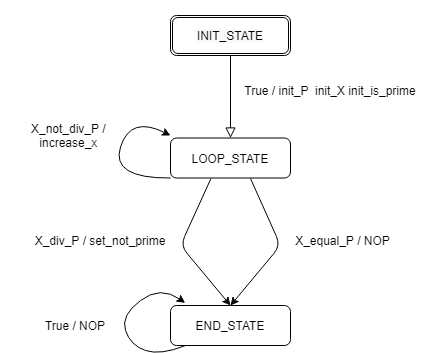
Before: test3_dia.png, a diagram exported from draw.io (emmachirlomez/FsmdSim). Source tidied: cells renumbered, new cells last; positions are measured from the earlier drawing's top-left corner, leaving out a move shared by most shapes.
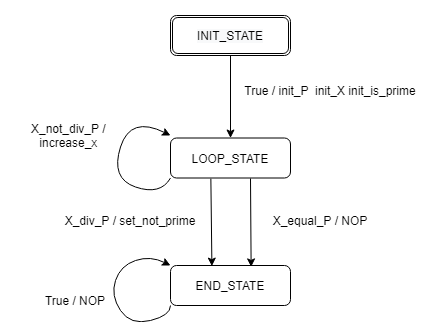
The same file after the commit.

What changed in the source:
```diff
@@ -2,52 +2,32 @@
   <root>
     <mxCell id="0" />
     <mxCell id="1" parent="0" />
-    <mxCell id="2" style="rounded=0;html=1;jettySize=auto;fontSize=11;endArrow=block;endFill=0;endSize=8;strokeWidth=1;shadow=0;labelBackgroundColor=none;edgeStyle=orthogonalEdgeStyle;" parent="1" edge="1" source="13" target="12">
-      <mxGeometry relative="1" as="geometry" />
-    </mxCell>
     <mxCell id="3" value="END_STATE" style="rounded=1;whiteSpace=wrap;html=1;fontSize=12;glass=0;strokeWidth=1;shadow=0;" parent="1" vertex="1">
-      <mxGeometry x="170" y="290" width="120" height="40" as="geometry" />
+      <mxGeometry x="170" y="250" width="120" height="40" as="geometry" />
     </mxCell>
     <mxCell id="4" value="True / init_P&amp;nbsp; init_X init_is_prime" style="text;html=1;strokeColor=none;fillColor=none;align=center;verticalAlign=middle;whiteSpace=wrap;rounded=0;" parent="1" vertex="1">
       <mxGeometry x="240" y="50" width="180" height="50" as="geometry" />
     </mxCell>
     <mxCell id="5" value="X_equal_P / NOP" style="text;html=1;strokeColor=none;fillColor=none;align=center;verticalAlign=middle;whiteSpace=wrap;rounded=0;" parent="1" vertex="1">
-      <mxGeometry x="280" y="215" width="125" height="20" as="geometry" />
+      <mxGeometry x="260" y="195" width="120" height="20" as="geometry" />
     </mxCell>
-    <mxCell id="6" style="endArrow=classic;html=1;entryX=0.5;entryY=0;entryDx=0;entryDy=0;" parent="1" edge="1" target="3">
+    <mxCell id="6" style="endArrow=classic;html=1;entryX=0.345;entryY=0.015;entryDx=0;entryDy=0;entryPerimeter=0;" parent="1" edge="1" target="3">
       <mxGeometry relative="1" as="geometry">
         <mxPoint x="210.4" y="163.2" as="sourcePoint" />
-        <Array as="points">
-          <mxPoint x="180" y="230" />
-        </Array>
       </mxGeometry>
     </mxCell>
     <mxCell id="7" value="X_div_P / set_not_prime" style="text;html=1;strokeColor=none;fillColor=none;align=center;verticalAlign=middle;whiteSpace=wrap;rounded=0;" parent="1" vertex="1">
-      <mxGeometry x="30" y="210" width="140" height="30" as="geometry" />
+      <mxGeometry x="60" y="190" width="140" height="30" as="geometry" />
     </mxCell>
     <mxCell id="8" value="X_not_div_P /&amp;nbsp;&lt;br&gt;increase_x&amp;nbsp;" style="text;html=1;strokeColor=none;fillColor=none;align=center;verticalAlign=middle;whiteSpace=wrap;rounded=0;" parent="1" vertex="1">
       <mxGeometry y="77.5" width="140" height="85" as="geometry" />
     </mxCell>
-    <mxCell id="9" style="curved=1;endArrow=classic;html=1;entryX=0.122;entryY=-0.065;entryDx=0;entryDy=0;entryPerimeter=0;" parent="1" edge="1" target="3">
-      <mxGeometry relative="1" as="geometry">
-        <mxPoint x="185" y="330" as="sourcePoint" />
-        <Array as="points">
-          <mxPoint x="160" y="340" />
-          <mxPoint x="130" y="330" />
-          <mxPoint x="120" y="300" />
-          <mxPoint x="160" y="270" />
-        </Array>
-      </mxGeometry>
-    </mxCell>
     <mxCell id="10" value="True / NOP" style="text;html=1;strokeColor=none;fillColor=none;align=center;verticalAlign=middle;whiteSpace=wrap;rounded=0;" parent="1" vertex="1">
-      <mxGeometry x="30" y="295" width="90" height="30" as="geometry" />
+      <mxGeometry x="30" y="270" width="90" height="30" as="geometry" />
     </mxCell>
-    <mxCell id="11" style="endArrow=classic;html=1;entryX=0.5;entryY=0;entryDx=0;entryDy=0;" parent="1" edge="1" target="3">
+    <mxCell id="11" style="endArrow=classic;html=1;entryX=0.672;entryY=0.035;entryDx=0;entryDy=0;entryPerimeter=0;" parent="1" edge="1" target="3">
       <mxGeometry relative="1" as="geometry">
         <mxPoint x="250" y="163" as="sourcePoint" />
-        <Array as="points">
-          <mxPoint x="280" y="230" />
-        </Array>
       </mxGeometry>
     </mxCell>
     <mxCell id="12" value="LOOP_STATE" style="rounded=1;whiteSpace=wrap;html=1;" parent="1" vertex="1">
@@ -60,10 +40,25 @@
       <mxGeometry relative="1" as="geometry">
         <mxPoint x="170" y="120" as="targetPoint" />
         <Array as="points">
+          <mxPoint x="160" y="180" />
           <mxPoint x="110" y="163" />
           <mxPoint x="130" y="100" />
         </Array>
       </mxGeometry>
     </mxCell>
+    <mxCell id="2" style="endArrow=classic;html=1;exitX=0.5;exitY=1;exitDx=0;exitDy=0;entryX=0.5;entryY=0;entryDx=0;entryDy=0;" parent="1" edge="1" source="13" target="12">
+      <mxGeometry relative="1" as="geometry" />
+    </mxCell>
+    <mxCell id="15" style="curved=1;endArrow=classic;html=1;exitX=0;exitY=1;exitDx=0;exitDy=0;entryX=0;entryY=0;entryDx=0;entryDy=0;" parent="1" edge="1" source="3" target="3">
+      <mxGeometry relative="1" as="geometry">
+        <Array as="points">
+          <mxPoint x="170" y="300" />
+          <mxPoint x="130" y="310" />
+          <mxPoint x="110" y="280" />
+          <mxPoint x="120" y="250" />
+          <mxPoint x="150" y="240" />
+        </Array>
+      </mxGeometry>
+    </mxCell>
   </root>
 </mxGraphModel>
```
